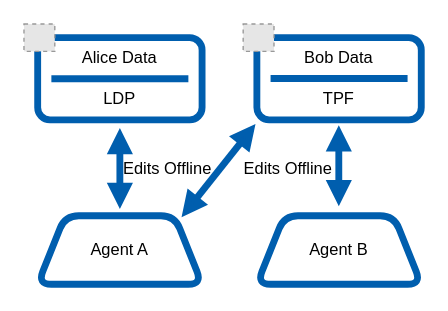
Above: page "system" (1 of 2) of img/rdf-crdt.drawio in jitsedesmet/2026-icwe-poster (draw.io), before the change. Source tidied: cells renumbered, new cells numbered last; positions are measured from the earlier drawing's top-left corner, leaving out a move shared by most shapes. Both pictures are drawn from the tidied source at 137%, with x=0, y=0 at pixel (23, 23). Pictures stored in the file or linked from it are replaced by grey dashed boxes.
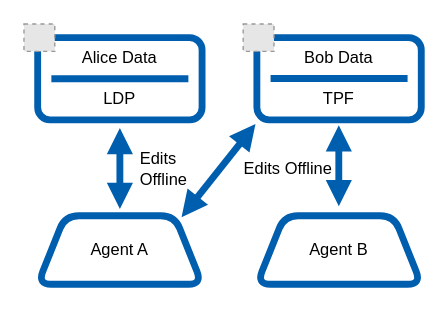
Above is the later version.

What changed in the source:
```diff
@@
-    <mxCell id="19" value="Edits Offline" style="text;html=1;whiteSpace=wrap;strokeColor=none;fillColor=none;align=center;verticalAlign=middle;rounded=0;" parent="1" vertex="1">
-      <mxGeometry x="65" y="91" width="80" height="30" as="geometry" />
+    <mxCell id="19" value="Edits&lt;div&gt;Offline&lt;/div&gt;" style="text;html=1;whiteSpace=wrap;strokeColor=none;fillColor=none;align=left;verticalAlign=middle;rounded=0;" parent="1" vertex="1">
+      <mxGeometry x="83" y="91" width="80" height="30" as="geometry" />
     </mxCell>
```
